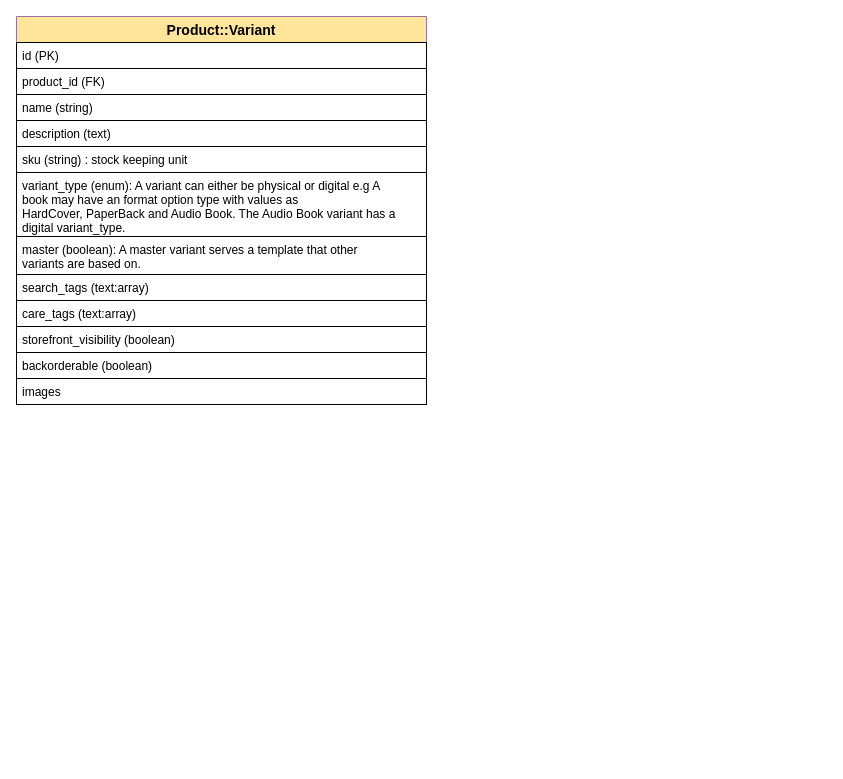
philip-maina/soko keeps this draw.io diagram as soko-erd.drawio. Above is the earlier version. Source tidied: cells renumbered, new cells numbered last; positions are measured from the earlier drawing's top-left corner, leaving out a move shared by most shapes. Both pictures are drawn from the tidied source at 100%, with x=0, y=0 at pixel (16, 16).
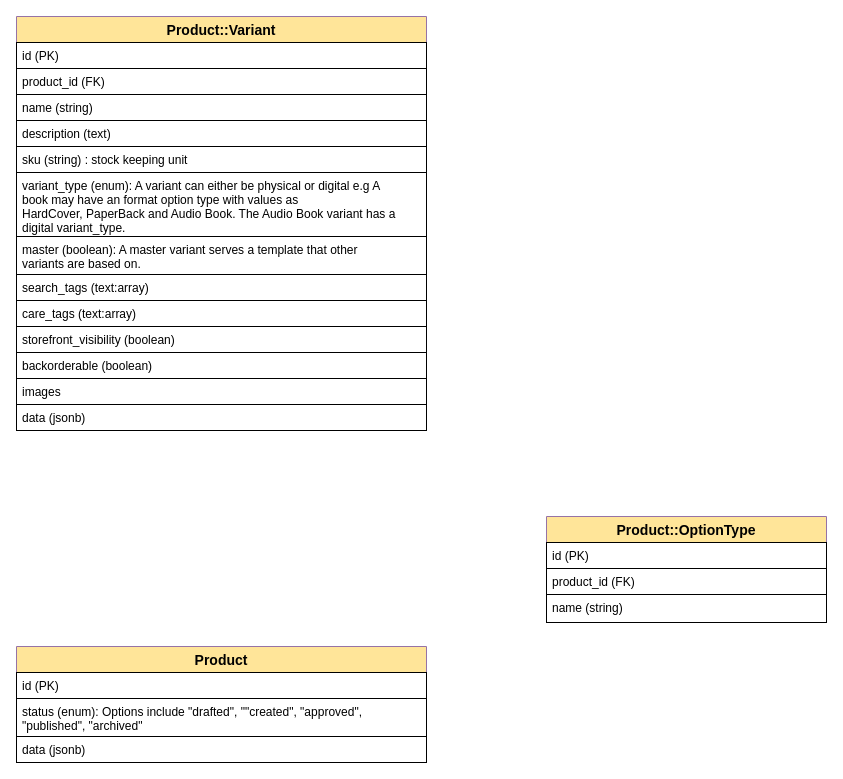
The same page after the edit.

Commit message:
feat (domain modelling) : Update soko-erd.drawio

The edit, as a diff of the source:
```diff
@@
     <mxCell id="2" value="Product::Variant" style="swimlane;fontStyle=1;horizontal=1;startSize=26;align=center;fontSize=14;strokeColor=#9673a6;fillColor=#FFE599;" parent="1" vertex="1">
-      <mxGeometry width="410" height="388" as="geometry" />
+      <mxGeometry width="410" height="414" as="geometry" />
     </mxCell>
@@
+    <mxCell id="15" value="data (jsonb)" style="text;strokeColor=#000000;fillColor=none;spacingLeft=4;spacingRight=4;overflow=hidden;fontSize=12;" parent="2" vertex="1">
+      <mxGeometry y="388" width="410" height="26" as="geometry" />
+    </mxCell>
+    <mxCell id="16" value="Product" style="swimlane;fontStyle=1;horizontal=1;startSize=26;align=center;fontSize=14;strokeColor=#9673a6;fillColor=#FFE599;" parent="1" vertex="1">
+      <mxGeometry y="630" width="410" height="116" as="geometry" />
+    </mxCell>
+    <mxCell id="17" value="id (PK)" style="text;strokeColor=#000000;fillColor=none;spacingLeft=4;spacingRight=4;overflow=hidden;fontSize=12;" parent="16" vertex="1">
+      <mxGeometry y="26" width="410" height="26" as="geometry" />
+    </mxCell>
+    <mxCell id="18" value="status (enum): Options include &quot;drafted&quot;, &quot;&quot;created&quot;, &quot;approved&quot;, &#10;&quot;published&quot;, &quot;archived&quot;" style="text;strokeColor=#000000;fillColor=none;spacingLeft=4;spacingRight=4;overflow=hidden;fontSize=12;fontStyle=0;" parent="16" vertex="1">
+      <mxGeometry y="52" width="410" height="38" as="geometry" />
+    </mxCell>
+    <mxCell id="19" value="data (jsonb)" style="text;strokeColor=#000000;fillColor=none;spacingLeft=4;spacingRight=4;overflow=hidden;fontSize=12;" parent="16" vertex="1">
+      <mxGeometry y="90" width="410" height="26" as="geometry" />
+    </mxCell>
+    <mxCell id="20" value="Product::OptionType" style="swimlane;fontStyle=1;horizontal=1;startSize=26;align=center;fontSize=14;strokeColor=#9673a6;fillColor=#FFE599;" parent="1" vertex="1">
+      <mxGeometry x="530" y="500" width="280" height="106" as="geometry" />
+    </mxCell>
+    <mxCell id="21" value="id (PK)" style="text;strokeColor=#000000;fillColor=none;spacingLeft=4;spacingRight=4;overflow=hidden;fontSize=12;" parent="20" vertex="1">
+      <mxGeometry y="26" width="280" height="26" as="geometry" />
+    </mxCell>
+    <mxCell id="22" value="product_id (FK)" style="text;strokeColor=#000000;fillColor=none;spacingLeft=4;spacingRight=4;overflow=hidden;fontSize=12;" parent="20" vertex="1">
+      <mxGeometry y="52" width="280" height="26" as="geometry" />
+    </mxCell>
+    <mxCell id="23" value="name (string)" style="text;strokeColor=#000000;fillColor=none;spacingLeft=4;spacingRight=4;overflow=hidden;fontSize=12;fontStyle=0;" parent="20" vertex="1">
+      <mxGeometry y="78" width="280" height="28" as="geometry" />
+    </mxCell>
```
